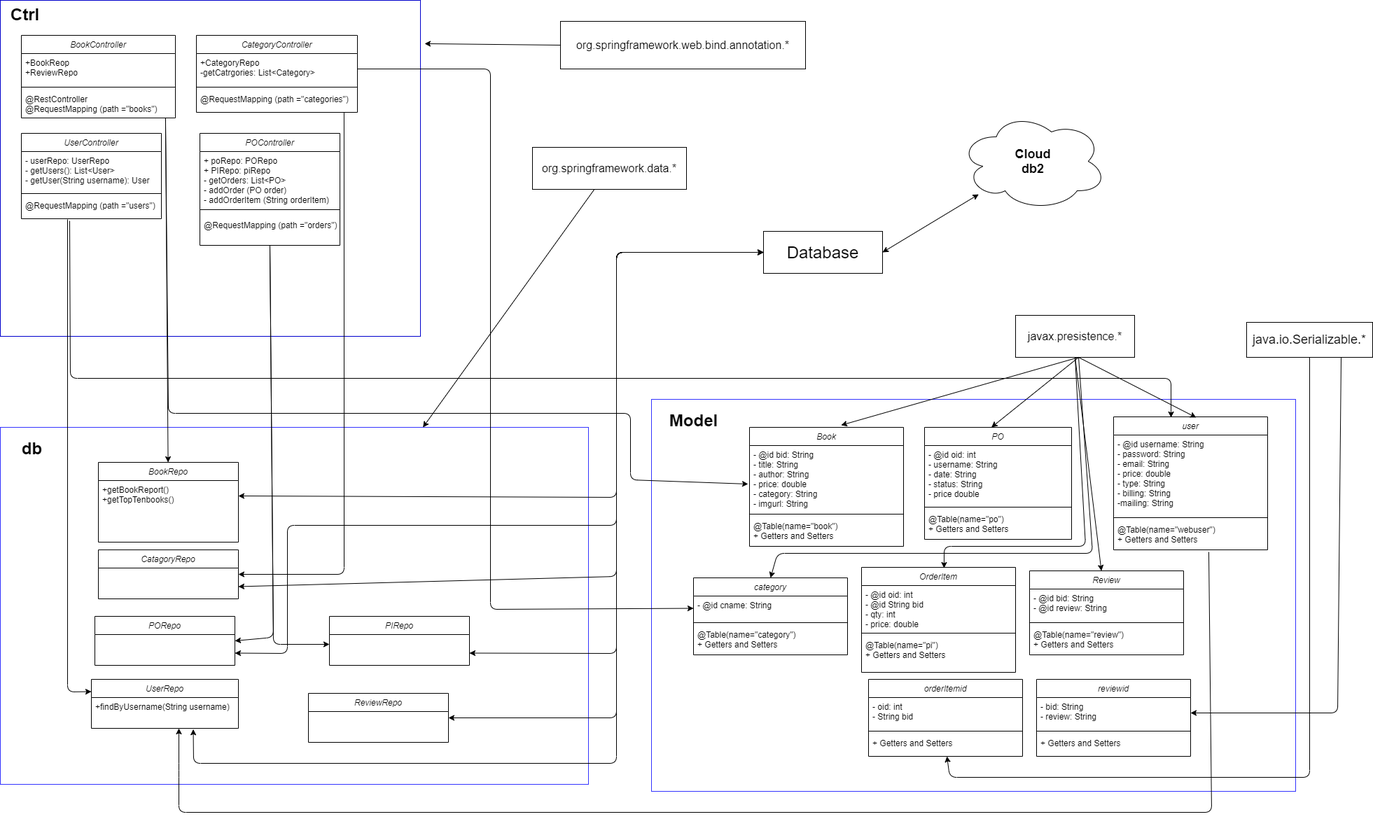
PocketfulvAir/EECS4413-Angular-Bookstore keeps this draw.io diagram as Design/uml.png. Above is the earlier version. Source tidied: cells renumbered, new cells last; positions are measured from the earlier drawing's top-left corner, leaving out a move shared by most shapes.
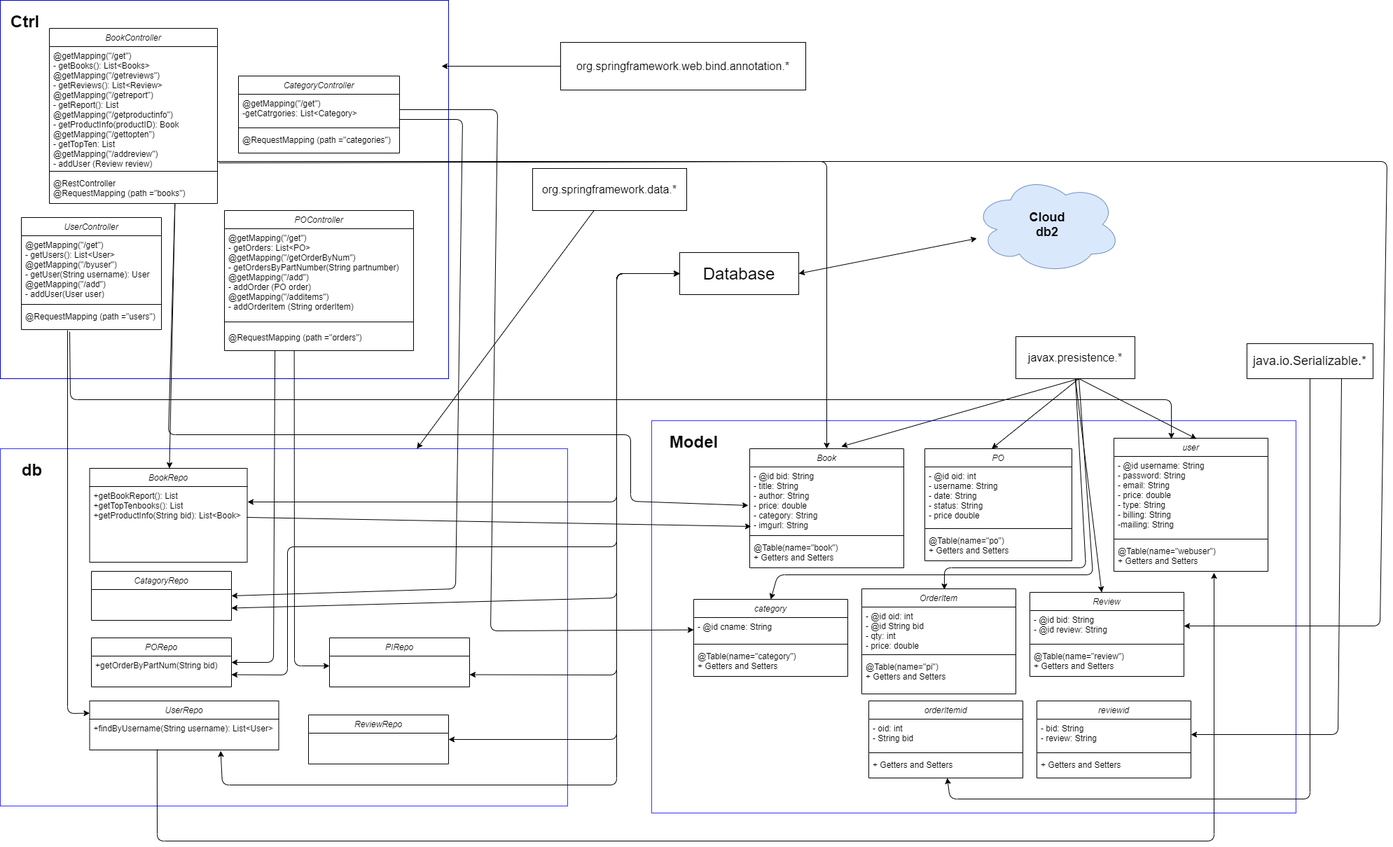
After the change.

Diff of the diagram source:
```diff
@@ -5,21 +5,21 @@
     <mxCell id="2" style="rounded=0;whiteSpace=wrap;html=1;strokeColor=#0000CC;" parent="1" vertex="1">
-      <mxGeometry width="600" height="480" as="geometry" />
+      <mxGeometry y="-30" width="640" height="540" as="geometry" />
     </mxCell>
     <mxCell id="3" value="BookController" style="swimlane;fontStyle=2;align=center;verticalAlign=top;horizontal=1;startSize=26;rounded=0;shadow=0;strokeWidth=1;" parent="1" vertex="1">
-      <mxGeometry x="30" y="50" width="220" height="118" as="geometry" />
+      <mxGeometry x="70" y="10" width="240" height="250" as="geometry" />
     </mxCell>
-    <mxCell id="4" value="+BookReop&#10;+ReviewRepo" style="text;align=left;verticalAlign=top;spacingLeft=4;spacingRight=4;overflow=hidden;points=[[0,0.5],[1,0.5]];portConstraint=eastwest;rounded=0;shadow=0;html=0;" parent="3" vertex="1">
-      <mxGeometry y="26" width="220" height="44" as="geometry" />
+    <mxCell id="4" value="@getMapping(&quot;/get&quot;)&#10;- getBooks(): List&lt;Books&gt;&#10;@getMapping(&quot;/getreviews&quot;)&#10;- getReviews(): List&lt;Review&gt;&#10;@getMapping(&quot;/getreport&quot;)&#10;- getReport(): List&#10;@getMapping(&quot;/getproductinfo&quot;)&#10;- getProductInfo(productID): Book&#10;@getMapping(&quot;/gettopten&quot;)&#10;- getTopTen: List&#10;@getMapping(&quot;/addreview&quot;)&#10;- addUser (Review review)" style="text;align=left;verticalAlign=top;spacingLeft=4;spacingRight=4;overflow=hidden;points=[[0,0.5],[1,0.5]];portConstraint=eastwest;rounded=0;shadow=0;html=0;" parent="3" vertex="1">
+      <mxGeometry y="26" width="240" height="174" as="geometry" />
     </mxCell>
     <mxCell id="5" style="line;html=1;strokeWidth=1;align=left;verticalAlign=middle;spacingTop=-1;spacingLeft=3;spacingRight=3;labelPosition=right;" parent="3" vertex="1">
-      <mxGeometry y="70" width="220" height="8" as="geometry" />
+      <mxGeometry y="200" width="240" height="8" as="geometry" />
     </mxCell>
     <mxCell id="6" value="@RestController&#10;@RequestMapping (path =&quot;books&quot;)" style="text;align=left;verticalAlign=top;spacingLeft=4;spacingRight=4;overflow=hidden;points=[[0,0.5],[1,0.5]];portConstraint=eastwest;" parent="3" vertex="1">
-      <mxGeometry y="78" width="220" height="40" as="geometry" />
+      <mxGeometry y="208" width="240" height="42" as="geometry" />
     </mxCell>
     <mxCell id="7" value="Ctrl" style="text;strokeColor=none;fillColor=none;html=1;fontSize=24;fontStyle=1;verticalAlign=middle;align=center;" parent="1" vertex="1">
-      <mxGeometry width="70" height="40" as="geometry" />
+      <mxGeometry y="-20" width="70" height="40" as="geometry" />
     </mxCell>
     <mxCell id="8" style="rounded=0;whiteSpace=wrap;html=1;strokeColor=#3333FF;" parent="1" vertex="1">
-      <mxGeometry y="610" width="840" height="510" as="geometry" />
+      <mxGeometry y="610" width="810" height="510" as="geometry" />
     </mxCell>
@@ -29,5 +29,5 @@
     <mxCell id="10" value="CategoryController" style="swimlane;fontStyle=2;align=center;verticalAlign=top;horizontal=1;startSize=26;rounded=0;shadow=0;strokeWidth=1;" parent="1" vertex="1">
-      <mxGeometry x="280" y="50" width="230" height="110" as="geometry" />
+      <mxGeometry x="340" y="78" width="230" height="110" as="geometry" />
     </mxCell>
-    <mxCell id="11" value="+CategoryRepo&#10;-getCatrgories: List&lt;Category&gt;" style="text;align=left;verticalAlign=top;spacingLeft=4;spacingRight=4;overflow=hidden;points=[[0,0.5],[1,0.5]];portConstraint=eastwest;rounded=0;shadow=0;html=0;" parent="10" vertex="1">
+    <mxCell id="11" value="@getMapping(&quot;/get&quot;)&#10;-getCatrgories: List&lt;Category&gt;" style="text;align=left;verticalAlign=top;spacingLeft=4;spacingRight=4;overflow=hidden;points=[[0,0.5],[1,0.5]];portConstraint=eastwest;rounded=0;shadow=0;html=0;" parent="10" vertex="1">
       <mxGeometry y="26" width="230" height="44" as="geometry" />
@@ -41,12 +41,12 @@
     <mxCell id="14" value="UserController" style="swimlane;fontStyle=2;align=center;verticalAlign=top;horizontal=1;startSize=26;rounded=0;shadow=0;strokeWidth=1;" parent="1" vertex="1">
-      <mxGeometry x="30" y="190" width="200" height="122" as="geometry" />
+      <mxGeometry x="30" y="280" width="200" height="160" as="geometry" />
     </mxCell>
-    <mxCell id="15" value="- userRepo: UserRepo&#10;- getUsers(): List&lt;User&gt;&#10;- getUser(String username): User&#10;&#10;" style="text;align=left;verticalAlign=top;spacingLeft=4;spacingRight=4;overflow=hidden;rounded=0;shadow=0;html=0;" parent="14" vertex="1">
-      <mxGeometry y="26" width="200" height="56" as="geometry" />
+    <mxCell id="15" value="@getMapping(&quot;/get&quot;)&#10;- getUsers(): List&lt;User&gt;&#10;@getMapping(&quot;/byuser&quot;)&#10;- getUser(String username): User&#10;@getMapping(&quot;/add&quot;)&#10;- addUser(User user)&#10;" style="text;align=left;verticalAlign=top;spacingLeft=4;spacingRight=4;overflow=hidden;rounded=0;shadow=0;html=0;" parent="14" vertex="1">
+      <mxGeometry y="26" width="200" height="94" as="geometry" />
     </mxCell>
     <mxCell id="16" style="line;html=1;strokeWidth=1;align=left;verticalAlign=middle;spacingTop=-1;spacingLeft=3;spacingRight=3;labelPosition=right;" parent="14" vertex="1">
-      <mxGeometry y="82" width="200" height="8" as="geometry" />
+      <mxGeometry y="120" width="200" height="8" as="geometry" />
     </mxCell>
     <mxCell id="17" value="@RequestMapping (path =&quot;users&quot;)" style="text;align=left;verticalAlign=top;spacingLeft=4;spacingRight=4;overflow=hidden;points=[[0,0.5],[1,0.5]];portConstraint=eastwest;" parent="14" vertex="1">
-      <mxGeometry y="90" width="200" height="32" as="geometry" />
+      <mxGeometry y="128" width="200" height="32" as="geometry" />
     </mxCell>
@@ -59,14 +59,15 @@
     <mxCell id="20" value="BookRepo" style="swimlane;fontStyle=2;align=center;verticalAlign=top;horizontal=1;startSize=26;rounded=0;shadow=0;strokeWidth=1;" parent="1" vertex="1">
-      <mxGeometry x="140" y="660" width="200" height="114" as="geometry" />
+      <mxGeometry x="127.5" y="638" width="225" height="134" as="geometry" />
     </mxCell>
-    <mxCell id="21" value="+getBookReport()&#10;+getTopTenbooks()" style="text;align=left;verticalAlign=top;spacingLeft=4;spacingRight=4;overflow=hidden;points=[[0,0.5],[1,0.5]];portConstraint=eastwest;rounded=0;shadow=0;html=0;" parent="20" vertex="1">
-      <mxGeometry y="26" width="200" height="44" as="geometry" />
+    <mxCell id="21" value="+getBookReport(): List&#10;+getTopTenbooks(): List&#10;+getProductInfo(String bid): List&lt;Book&gt;" style="text;align=left;verticalAlign=top;spacingLeft=4;spacingRight=4;overflow=hidden;points=[[0,0.5],[1,0.5]];portConstraint=eastwest;rounded=0;shadow=0;html=0;" parent="20" vertex="1">
+      <mxGeometry y="26" width="225" height="54" as="geometry" />
     </mxCell>
     <mxCell id="22" value="&lt;font style=&quot;font-size: 24px&quot;&gt;Database&lt;/font&gt;" style="rounded=0;whiteSpace=wrap;html=1;" parent="1" vertex="1">
-      <mxGeometry x="1090" y="330" width="170" height="60" as="geometry" />
+      <mxGeometry x="970" y="330" width="170" height="60" as="geometry" />
     </mxCell>
-    <mxCell id="23" style="endArrow=classic;startArrow=classic;html=1;exitX=1;exitY=0.5;exitDx=0;exitDy=0;entryX=0;entryY=0.5;entryDx=0;entryDy=0;" parent="1" edge="1" source="21" target="22">
+    <mxCell id="23" style="endArrow=classic;startArrow=classic;html=1;entryX=0;entryY=0.5;entryDx=0;entryDy=0;" parent="1" edge="1" target="22">
       <mxGeometry relative="1" as="geometry">
+        <mxPoint x="353" y="686" as="sourcePoint" />
         <Array as="points">
-          <mxPoint x="880" y="710" />
+          <mxPoint x="880" y="686" />
           <mxPoint x="880" y="360" />
@@ -75,3 +76,3 @@
     </mxCell>
-    <mxCell id="24" style="endArrow=classic;html=1;exitX=0.936;exitY=1.031;exitDx=0;exitDy=0;exitPerimeter=0;" parent="1" edge="1" source="6" target="20">
+    <mxCell id="24" style="endArrow=classic;html=1;exitX=0.747;exitY=1.008;exitDx=0;exitDy=0;exitPerimeter=0;" parent="1" edge="1" source="6" target="20">
       <mxGeometry relative="1" as="geometry" />
@@ -90,3 +91,3 @@
     </mxCell>
-    <mxCell id="29" style="endArrow=classic;html=1;exitX=0.936;exitY=1;exitDx=0;exitDy=0;exitPerimeter=0;entryX=-0.009;entryY=0.585;entryDx=0;entryDy=0;entryPerimeter=0;" parent="1" edge="1" source="6" target="26">
+    <mxCell id="29" style="endArrow=classic;html=1;entryX=-0.009;entryY=0.585;entryDx=0;entryDy=0;entryPerimeter=0;exitX=0.747;exitY=1.033;exitDx=0;exitDy=0;exitPerimeter=0;" parent="1" edge="1" source="6" target="26">
       <mxGeometry relative="1" as="geometry">
@@ -162,2 +163,11 @@
     </mxCell>
+    <mxCell id="96" style="endArrow=classic;html=1;entryX=1;entryY=0.5;entryDx=0;entryDy=0;" parent="47" edge="1" target="48">
+      <mxGeometry relative="1" as="geometry">
+        <mxPoint x="-1160" y="-615" as="sourcePoint" />
+        <Array as="points">
+          <mxPoint x="510" y="-615" />
+          <mxPoint x="500" y="48" />
+        </Array>
+      </mxGeometry>
+    </mxCell>
     <mxCell id="51" value="reviewid" style="swimlane;fontStyle=2;align=center;verticalAlign=top;horizontal=1;startSize=26;rounded=0;shadow=0;strokeWidth=1;" parent="1" vertex="1">
@@ -246,3 +256,3 @@
     <mxCell id="69" value="CatagoryRepo" style="swimlane;fontStyle=2;align=center;verticalAlign=top;horizontal=1;startSize=26;rounded=0;shadow=0;strokeWidth=1;" parent="1" vertex="1">
-      <mxGeometry x="140" y="785" width="200" height="70" as="geometry" />
+      <mxGeometry x="130" y="785" width="200" height="70" as="geometry" />
     </mxCell>
@@ -260,9 +270,12 @@
     <mxCell id="72" value="PORepo" style="swimlane;fontStyle=2;align=center;verticalAlign=top;horizontal=1;startSize=26;rounded=0;shadow=0;strokeWidth=1;" parent="1" vertex="1">
-      <mxGeometry x="135" y="880" width="200" height="70" as="geometry" />
+      <mxGeometry x="130" y="880" width="200" height="70" as="geometry" />
     </mxCell>
+    <mxCell id="97" value="+getOrderByPartNum(String bid)" style="text;align=left;verticalAlign=top;spacingLeft=4;spacingRight=4;overflow=hidden;rounded=0;shadow=0;html=0;" parent="72" vertex="1">
+      <mxGeometry y="26" width="200" height="44" as="geometry" />
+    </mxCell>
     <mxCell id="73" value="UserRepo" style="swimlane;fontStyle=2;align=center;verticalAlign=top;horizontal=1;startSize=26;rounded=0;shadow=0;strokeWidth=1;" parent="1" vertex="1">
-      <mxGeometry x="130" y="970" width="210" height="70" as="geometry" />
+      <mxGeometry x="127.5" y="970" width="270" height="70" as="geometry" />
     </mxCell>
-    <mxCell id="74" value="+findByUsername(String username)" style="text;align=left;verticalAlign=top;spacingLeft=4;spacingRight=4;overflow=hidden;points=[[0,0.5],[1,0.5]];portConstraint=eastwest;rounded=0;shadow=0;html=0;" parent="73" vertex="1">
-      <mxGeometry y="26" width="210" height="44" as="geometry" />
+    <mxCell id="74" value="+findByUsername(String username): List&lt;User&gt;&#10;  " style="text;align=left;verticalAlign=top;spacingLeft=4;spacingRight=4;overflow=hidden;points=[[0,0.5],[1,0.5]];portConstraint=eastwest;rounded=0;shadow=0;html=0;" parent="73" vertex="1">
+      <mxGeometry y="26" width="270" height="44" as="geometry" />
     </mxCell>
@@ -271,12 +284,2 @@
     </mxCell>
-    <mxCell id="76" style="endArrow=classic;html=1;exitX=0.618;exitY=1.071;exitDx=0;exitDy=0;exitPerimeter=0;" parent="1" edge="1" source="58">
-      <mxGeometry relative="1" as="geometry">
-        <mxPoint x="255" y="1040" as="targetPoint" />
-        <Array as="points">
-          <mxPoint x="1730" y="1160" />
-          <mxPoint x="255" y="1160" />
-          <mxPoint x="255" y="1100" />
-        </Array>
-      </mxGeometry>
-    </mxCell>
     <mxCell id="77" style="endArrow=classic;html=1;exitX=0.33;exitY=1.031;exitDx=0;exitDy=0;exitPerimeter=0;entryX=0;entryY=0.25;entryDx=0;entryDy=0;" parent="1" edge="1" source="17" target="73">
@@ -296,10 +299,3 @@
     </mxCell>
-    <mxCell id="79" style="endArrow=classic;html=1;exitX=0.5;exitY=1;exitDx=0;exitDy=0;entryX=1;entryY=0.5;entryDx=0;entryDy=0;" parent="1" edge="1" source="81" target="72">
-      <mxGeometry relative="1" as="geometry">
-        <Array as="points">
-          <mxPoint x="390" y="910" />
-        </Array>
-      </mxGeometry>
-    </mxCell>
-    <mxCell id="80" style="endArrow=classic;html=1;exitX=0.5;exitY=1;exitDx=0;exitDy=0;" parent="1" edge="1" source="81">
+    <mxCell id="80" style="endArrow=classic;html=1;exitX=0.369;exitY=1.151;exitDx=0;exitDy=0;exitPerimeter=0;" parent="1" edge="1" source="84">
       <mxGeometry relative="1" as="geometry">
@@ -307,3 +303,3 @@
         <Array as="points">
-          <mxPoint x="390" y="920" />
+          <mxPoint x="420" y="920" />
         </Array>
@@ -312,17 +308,18 @@
     <mxCell id="81" value="POController" style="swimlane;fontStyle=2;align=center;verticalAlign=top;horizontal=1;startSize=26;rounded=0;shadow=0;strokeWidth=1;" parent="1" vertex="1">
-      <mxGeometry x="285" y="190" width="200" height="160" as="geometry" />
+      <mxGeometry x="320" y="270" width="270" height="200" as="geometry" />
     </mxCell>
-    <mxCell id="82" value="+ poRepo: PORepo&#10;+ PIRepo: piRepo&#10;- getOrders: List&lt;PO&gt;&#10;- addOrder (PO order)&#10;- addOrderItem (String orderItem)&#10;&#10;" style="text;align=left;verticalAlign=top;spacingLeft=4;spacingRight=4;overflow=hidden;rounded=0;shadow=0;html=0;" parent="81" vertex="1">
-      <mxGeometry y="26" width="200" height="74" as="geometry" />
+    <mxCell id="82" value="@getMapping(&quot;/get&quot;)&#10;- getOrders: List&lt;PO&gt;&#10;@getMapping(&quot;/getOrderByNum&quot;)&#10;- getOrdersByPartNumber(String partnumber)&#10;@getMapping(&quot;/add&quot;)&#10;- addOrder (PO order)&#10;@getMapping(&quot;/additems&quot;)&#10;- addOrderItem (String orderItem)&#10;&#10;" style="text;align=left;verticalAlign=top;spacingLeft=4;spacingRight=4;overflow=hidden;rounded=0;shadow=0;html=0;" parent="81" vertex="1">
+      <mxGeometry y="26" width="270" height="124" as="geometry" />
     </mxCell>
     <mxCell id="83" style="line;html=1;strokeWidth=1;align=left;verticalAlign=middle;spacingTop=-1;spacingLeft=3;spacingRight=3;labelPosition=right;" parent="81" vertex="1">
-      <mxGeometry y="100" width="200" height="18" as="geometry" />
+      <mxGeometry y="150" width="270" height="18" as="geometry" />
     </mxCell>
     <mxCell id="84" value="@RequestMapping (path =&quot;orders&quot;)" style="text;align=left;verticalAlign=top;spacingLeft=4;spacingRight=4;overflow=hidden;points=[[0,0.5],[1,0.5]];portConstraint=eastwest;" parent="81" vertex="1">
-      <mxGeometry y="118" width="200" height="32" as="geometry" />
+      <mxGeometry y="168" width="270" height="28" as="geometry" />
     </mxCell>
-    <mxCell id="85" style="endArrow=classic;html=1;exitX=0.917;exitY=1;exitDx=0;exitDy=0;exitPerimeter=0;entryX=1;entryY=0.5;entryDx=0;entryDy=0;" parent="1" edge="1" source="13" target="69">
+    <mxCell id="85" style="endArrow=classic;html=1;exitX=1;exitY=0.818;exitDx=0;exitDy=0;exitPerimeter=0;entryX=1;entryY=0.5;entryDx=0;entryDy=0;" parent="1" edge="1" source="11" target="69">
       <mxGeometry relative="1" as="geometry">
         <Array as="points">
-          <mxPoint x="491" y="820" />
+          <mxPoint x="660" y="140" />
+          <mxPoint x="650" y="810" />
         </Array>
@@ -333,3 +330,3 @@
         <Array as="points">
-          <mxPoint x="700" y="98" />
+          <mxPoint x="710" y="126" />
           <mxPoint x="700" y="870" />
@@ -367,3 +364,3 @@
         <Array as="points">
-          <mxPoint x="276" y="1090" />
+          <mxPoint x="317" y="1090" />
           <mxPoint x="880" y="1090" />
@@ -376,4 +373,4 @@
     </mxCell>
-    <mxCell id="92" value="&lt;font style=&quot;font-size: 18px&quot;&gt;&lt;b&gt;Cloud&lt;br&gt;db2&lt;/b&gt;&lt;/font&gt;" style="ellipse;shape=cloud;whiteSpace=wrap;html=1;" parent="1" vertex="1">
-      <mxGeometry x="1370" y="160" width="210" height="140" as="geometry" />
+    <mxCell id="92" value="&lt;font style=&quot;font-size: 18px&quot;&gt;&lt;b&gt;Cloud&lt;br&gt;db2&lt;/b&gt;&lt;/font&gt;" style="ellipse;shape=cloud;whiteSpace=wrap;html=1;fillColor=#dae8fc;strokeColor=#6c8ebf;" parent="1" vertex="1">
+      <mxGeometry x="1390" y="220" width="210" height="140" as="geometry" />
     </mxCell>
@@ -385,5 +382,32 @@
     </mxCell>
-    <mxCell id="95" style="endArrow=classic;html=1;entryX=1.01;entryY=0.129;entryDx=0;entryDy=0;entryPerimeter=0;exitX=0;exitY=0.5;exitDx=0;exitDy=0;" parent="1" edge="1" source="94" target="2">
-      <mxGeometry relative="1" as="geometry" />
+    <mxCell id="95" style="endArrow=classic;html=1;exitX=0;exitY=0.5;exitDx=0;exitDy=0;" parent="1" edge="1" source="94">
+      <mxGeometry relative="1" as="geometry">
+        <mxPoint x="630" y="64" as="targetPoint" />
+      </mxGeometry>
     </mxCell>
+    <mxCell id="98" style="endArrow=classic;html=1;entryX=0.5;entryY=0;entryDx=0;entryDy=0;exitX=1.008;exitY=0.954;exitDx=0;exitDy=0;exitPerimeter=0;" parent="1" edge="1" source="4" target="25">
+      <mxGeometry relative="1" as="geometry">
+        <Array as="points">
+          <mxPoint x="1180" y="200" />
+        </Array>
+      </mxGeometry>
+    </mxCell>
+    <mxCell id="99" style="endArrow=classic;html=1;entryX=1;entryY=0.5;entryDx=0;entryDy=0;exitX=0.267;exitY=1.127;exitDx=0;exitDy=0;exitPerimeter=0;" parent="1" edge="1" source="84" target="72">
+      <mxGeometry relative="1" as="geometry">
+        <Array as="points">
+          <mxPoint x="390" y="915" />
+        </Array>
+      </mxGeometry>
+    </mxCell>
+    <mxCell id="100" style="endArrow=classic;html=1;entryX=0.009;entryY=0.904;entryDx=0;entryDy=0;entryPerimeter=0;exitX=0.998;exitY=0.815;exitDx=0;exitDy=0;exitPerimeter=0;" parent="1" edge="1" source="21" target="26">
+      <mxGeometry relative="1" as="geometry" />
+    </mxCell>
+    <mxCell id="101" style="endArrow=classic;html=1;exitX=0.357;exitY=0.977;exitDx=0;exitDy=0;exitPerimeter=0;entryX=0.65;entryY=1.048;entryDx=0;entryDy=0;entryPerimeter=0;" parent="1" edge="1" source="74" target="58">
+      <mxGeometry relative="1" as="geometry">
+        <Array as="points">
+          <mxPoint x="224" y="1170" />
+          <mxPoint x="1733" y="1170" />
+        </Array>
+      </mxGeometry>
+    </mxCell>
   </root>
```
